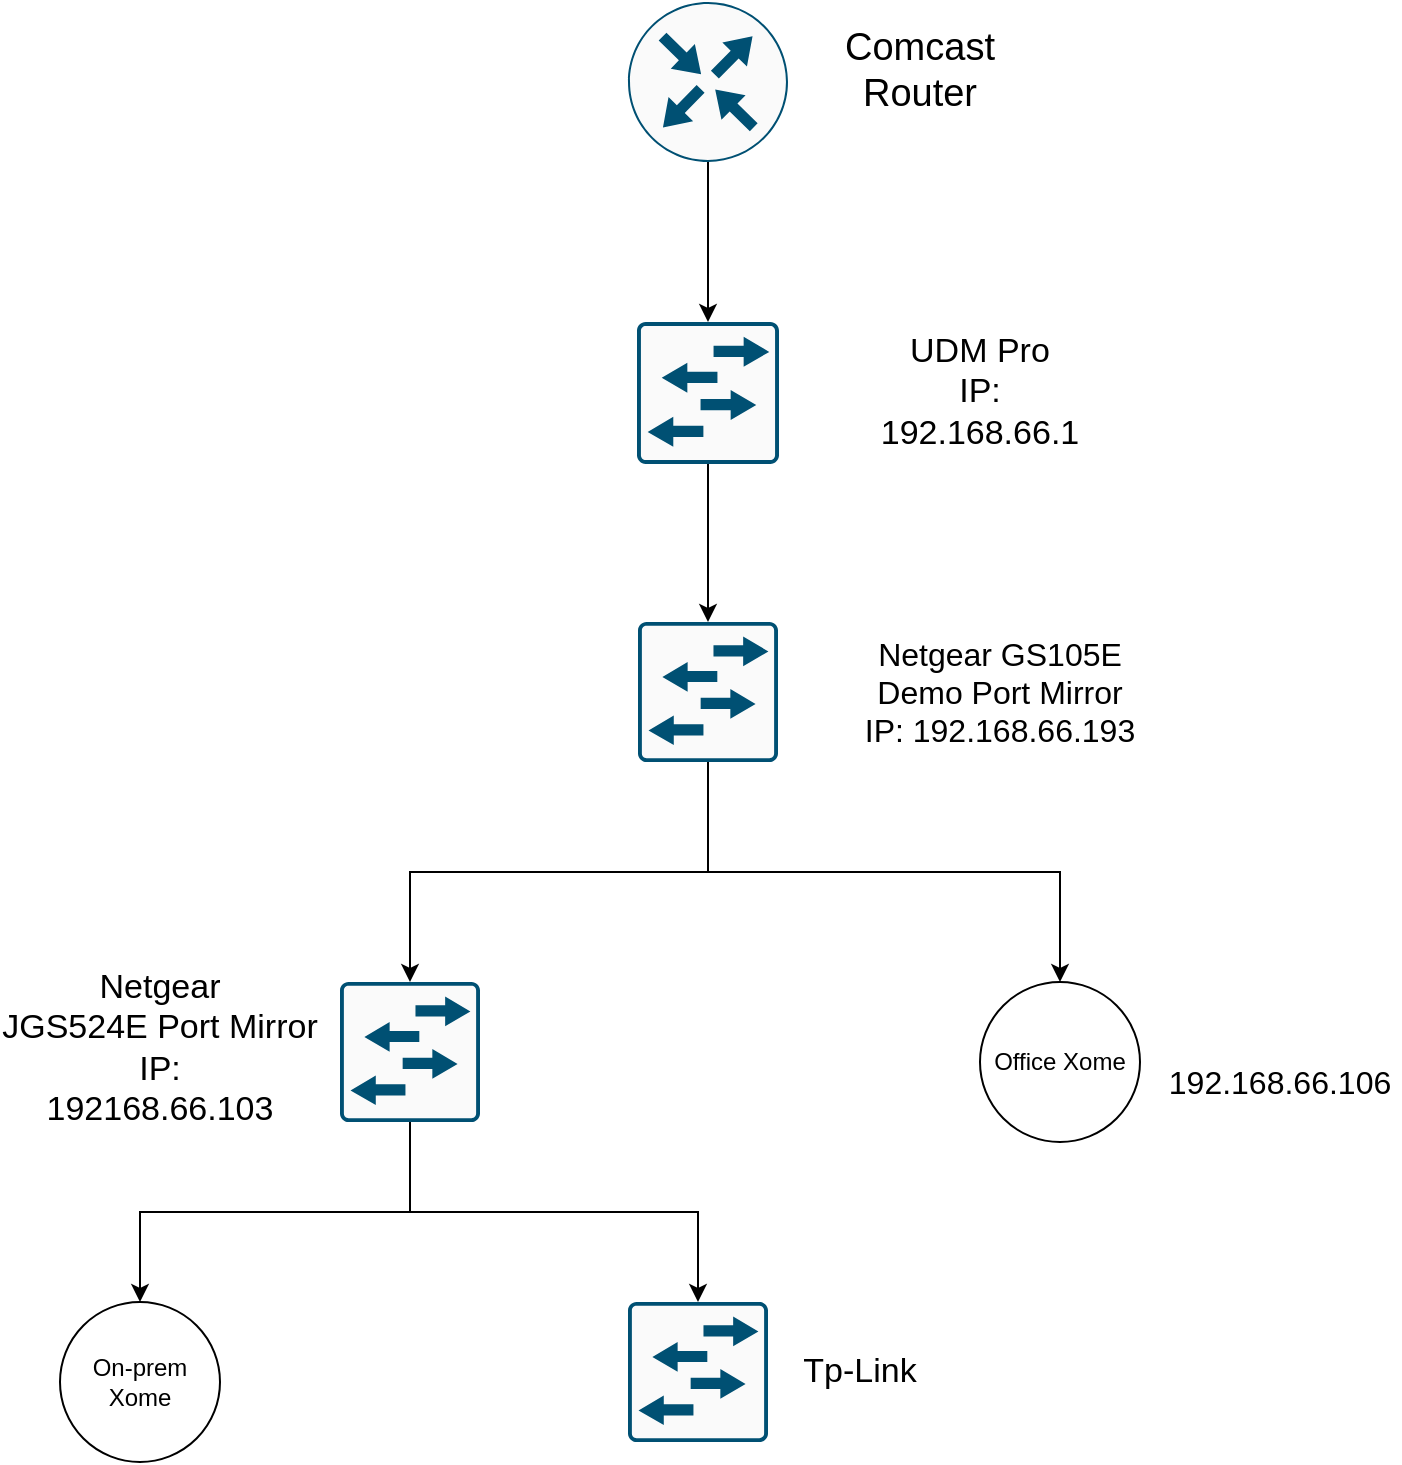
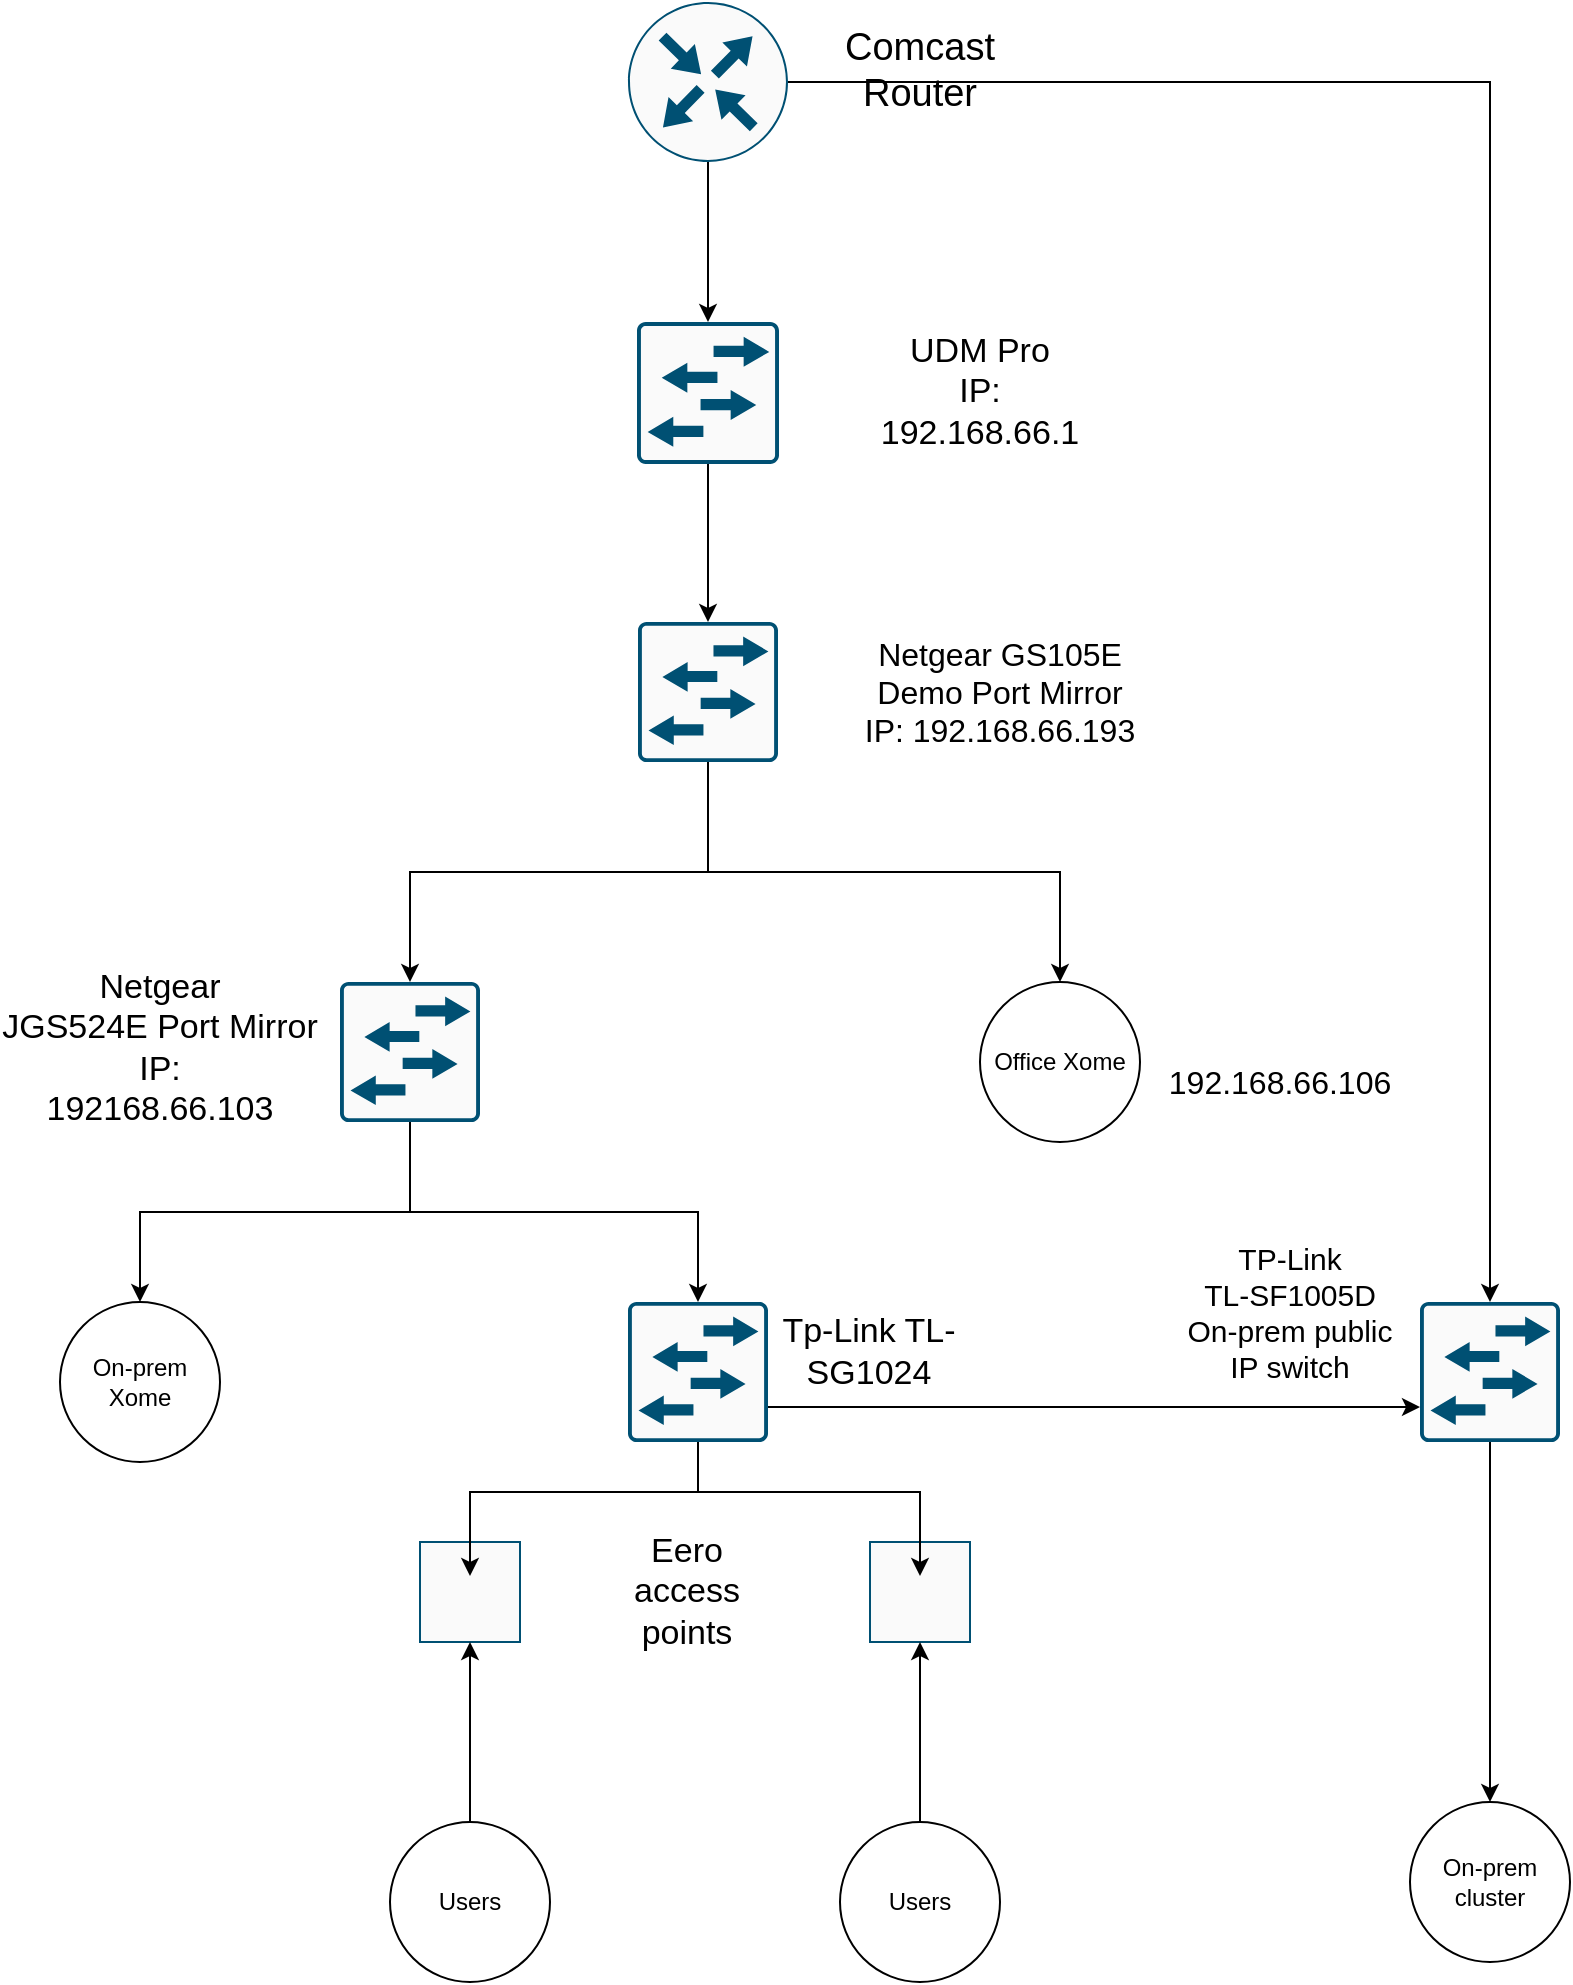
<mxfile host="app.diagrams.net" agent="Mozilla/5.0 (Windows NT 10.0; Win64; x64) AppleWebKit/537.36 (KHTML, like Gecko) Chrome/146.0.0.0 Safari/537.36" version="29.6.1">
  <diagram name="Page-1" id="R-Y7KBuCbYG2AV0lnIDv">
    <mxGraphModel dx="1426" dy="777" grid="1" gridSize="10" guides="1" tooltips="1" connect="1" arrows="1" fold="1" page="1" pageScale="1" pageWidth="850" pageHeight="1100" math="0" shadow="0">
      <root>
        <mxCell id="0" />
        <mxCell id="1" parent="0" />
        <mxCell id="pAvqiTL6ukbmrRwUFuv0-3" parent="1" style="text;html=1;whiteSpace=wrap;strokeColor=none;fillColor=none;align=center;verticalAlign=middle;rounded=0;" value="&lt;font style=&quot;font-size: 19px;&quot;&gt;Comcast Router&lt;/font&gt;" vertex="1">
          <mxGeometry height="30" width="60" x="480" y="59" as="geometry" />
        </mxCell>
        <mxCell id="pAvqiTL6ukbmrRwUFuv0-4" parent="1" style="sketch=0;points=[[0.015,0.015,0],[0.985,0.015,0],[0.985,0.985,0],[0.015,0.985,0],[0.25,0,0],[0.5,0,0],[0.75,0,0],[1,0.25,0],[1,0.5,0],[1,0.75,0],[0.75,1,0],[0.5,1,0],[0.25,1,0],[0,0.75,0],[0,0.5,0],[0,0.25,0]];verticalLabelPosition=bottom;html=1;verticalAlign=top;aspect=fixed;align=center;pointerEvents=1;shape=mxgraph.cisco19.rect;prIcon=l2_switch;fillColor=#FAFAFA;strokeColor=#005073;" value="" vertex="1">
          <mxGeometry height="71" width="71" x="368.5" y="200" as="geometry" />
        </mxCell>
        <mxCell id="pAvqiTL6ukbmrRwUFuv0-7" parent="1" style="sketch=0;points=[[0.5,0,0],[1,0.5,0],[0.5,1,0],[0,0.5,0],[0.145,0.145,0],[0.8555,0.145,0],[0.855,0.8555,0],[0.145,0.855,0]];verticalLabelPosition=bottom;html=1;verticalAlign=top;aspect=fixed;align=center;pointerEvents=1;shape=mxgraph.cisco19.rect;prIcon=router;fillColor=#FAFAFA;strokeColor=#005073;" value="" vertex="1">
          <mxGeometry height="80" width="80" x="364" y="40" as="geometry" />
        </mxCell>
        <mxCell id="pAvqiTL6ukbmrRwUFuv0-8" edge="1" parent="1" source="pAvqiTL6ukbmrRwUFuv0-7" style="edgeStyle=orthogonalEdgeStyle;rounded=0;orthogonalLoop=1;jettySize=auto;html=1;exitX=0.5;exitY=1;exitDx=0;exitDy=0;exitPerimeter=0;entryX=0.5;entryY=0;entryDx=0;entryDy=0;entryPerimeter=0;" target="pAvqiTL6ukbmrRwUFuv0-4">
          <mxGeometry relative="1" as="geometry" />
        </mxCell>
        <mxCell id="pAvqiTL6ukbmrRwUFuv0-9" parent="1" style="text;html=1;whiteSpace=wrap;strokeColor=none;fillColor=none;align=center;verticalAlign=middle;rounded=0;" value="&lt;font style=&quot;font-size: 17px;&quot;&gt;UDM Pro&lt;/font&gt;&lt;div&gt;&lt;font style=&quot;font-size: 17px;&quot;&gt;IP:&lt;/font&gt;&lt;/div&gt;&lt;div&gt;&lt;font style=&quot;font-size: 17px;&quot;&gt;192.168.66.1&lt;/font&gt;&lt;/div&gt;" vertex="1">
          <mxGeometry height="70" width="120" x="480" y="200" as="geometry" />
        </mxCell>
        <mxCell id="pAvqiTL6ukbmrRwUFuv0-14" edge="1" parent="1" source="pAvqiTL6ukbmrRwUFuv0-10" style="edgeStyle=orthogonalEdgeStyle;rounded=0;orthogonalLoop=1;jettySize=auto;html=1;exitX=0.5;exitY=1;exitDx=0;exitDy=0;exitPerimeter=0;entryX=0.5;entryY=0;entryDx=0;entryDy=0;" target="pAvqiTL6ukbmrRwUFuv0-13">
          <mxGeometry relative="1" as="geometry" />
        </mxCell>
        <mxCell id="pAvqiTL6ukbmrRwUFuv0-10" parent="1" style="sketch=0;points=[[0.015,0.015,0],[0.985,0.015,0],[0.985,0.985,0],[0.015,0.985,0],[0.25,0,0],[0.5,0,0],[0.75,0,0],[1,0.25,0],[1,0.5,0],[1,0.75,0],[0.75,1,0],[0.5,1,0],[0.25,1,0],[0,0.75,0],[0,0.5,0],[0,0.25,0]];verticalLabelPosition=bottom;html=1;verticalAlign=top;aspect=fixed;align=center;pointerEvents=1;shape=mxgraph.cisco19.rect;prIcon=l2_switch;fillColor=#FAFAFA;strokeColor=#005073;" value="" vertex="1">
          <mxGeometry height="70" width="70" x="369" y="350" as="geometry" />
        </mxCell>
        <mxCell id="pAvqiTL6ukbmrRwUFuv0-11" edge="1" parent="1" source="pAvqiTL6ukbmrRwUFuv0-4" style="edgeStyle=orthogonalEdgeStyle;rounded=0;orthogonalLoop=1;jettySize=auto;html=1;exitX=0.5;exitY=1;exitDx=0;exitDy=0;exitPerimeter=0;entryX=0.5;entryY=0;entryDx=0;entryDy=0;entryPerimeter=0;" target="pAvqiTL6ukbmrRwUFuv0-10">
          <mxGeometry relative="1" as="geometry" />
        </mxCell>
        <mxCell id="pAvqiTL6ukbmrRwUFuv0-12" parent="1" style="text;html=1;whiteSpace=wrap;strokeColor=none;fillColor=none;align=center;verticalAlign=middle;rounded=0;" value="&lt;font style=&quot;font-size: 16px;&quot;&gt;Netgear GS105E Demo Port Mirror&lt;/font&gt;&lt;div&gt;&lt;font style=&quot;font-size: 16px;&quot;&gt;IP: 192.168.66.193&lt;/font&gt;&lt;/div&gt;" vertex="1">
          <mxGeometry height="90" width="160" x="470" y="340" as="geometry" />
        </mxCell>
        <mxCell id="pAvqiTL6ukbmrRwUFuv0-13" parent="1" style="ellipse;whiteSpace=wrap;html=1;aspect=fixed;" value="Office Xome" vertex="1">
          <mxGeometry height="80" width="80" x="540" y="530" as="geometry" />
        </mxCell>
        <mxCell id="pAvqiTL6ukbmrRwUFuv0-21" edge="1" parent="1" source="pAvqiTL6ukbmrRwUFuv0-16" style="edgeStyle=orthogonalEdgeStyle;rounded=0;orthogonalLoop=1;jettySize=auto;html=1;exitX=0.5;exitY=1;exitDx=0;exitDy=0;exitPerimeter=0;entryX=0.5;entryY=0;entryDx=0;entryDy=0;" target="pAvqiTL6ukbmrRwUFuv0-20">
          <mxGeometry relative="1" as="geometry" />
        </mxCell>
        <mxCell id="pAvqiTL6ukbmrRwUFuv0-16" parent="1" style="sketch=0;points=[[0.015,0.015,0],[0.985,0.015,0],[0.985,0.985,0],[0.015,0.985,0],[0.25,0,0],[0.5,0,0],[0.75,0,0],[1,0.25,0],[1,0.5,0],[1,0.75,0],[0.75,1,0],[0.5,1,0],[0.25,1,0],[0,0.75,0],[0,0.5,0],[0,0.25,0]];verticalLabelPosition=bottom;html=1;verticalAlign=top;aspect=fixed;align=center;pointerEvents=1;shape=mxgraph.cisco19.rect;prIcon=l2_switch;fillColor=#FAFAFA;strokeColor=#005073;" value="" vertex="1">
          <mxGeometry height="70" width="70" x="220" y="530" as="geometry" />
        </mxCell>
        <mxCell id="pAvqiTL6ukbmrRwUFuv0-17" edge="1" parent="1" source="pAvqiTL6ukbmrRwUFuv0-10" style="edgeStyle=orthogonalEdgeStyle;rounded=0;orthogonalLoop=1;jettySize=auto;html=1;exitX=0.5;exitY=1;exitDx=0;exitDy=0;exitPerimeter=0;entryX=0.5;entryY=0;entryDx=0;entryDy=0;entryPerimeter=0;" target="pAvqiTL6ukbmrRwUFuv0-16">
          <mxGeometry relative="1" as="geometry" />
        </mxCell>
        <mxCell id="pAvqiTL6ukbmrRwUFuv0-18" parent="1" style="text;html=1;whiteSpace=wrap;strokeColor=none;fillColor=none;align=center;verticalAlign=middle;rounded=0;" value="&lt;font style=&quot;font-size: 17px;&quot;&gt;Netgear&lt;/font&gt;&lt;div&gt;&lt;font style=&quot;font-size: 17px;&quot;&gt;JGS524E Port Mirror IP:&lt;/font&gt;&lt;/div&gt;&lt;div&gt;&lt;font style=&quot;font-size: 17px;&quot;&gt;192168.66.103&lt;/font&gt;&lt;/div&gt;" vertex="1">
          <mxGeometry height="95" width="160" x="50" y="515" as="geometry" />
        </mxCell>
        <mxCell id="pAvqiTL6ukbmrRwUFuv0-19" parent="1" style="text;html=1;whiteSpace=wrap;strokeColor=none;fillColor=none;align=center;verticalAlign=middle;rounded=0;" value="&lt;font style=&quot;font-size: 16px;&quot;&gt;192.168.66.106&lt;/font&gt;" vertex="1">
          <mxGeometry height="40" width="120" x="630" y="560" as="geometry" />
        </mxCell>
        <mxCell id="pAvqiTL6ukbmrRwUFuv0-20" parent="1" style="ellipse;whiteSpace=wrap;html=1;aspect=fixed;" value="On-prem Xome" vertex="1">
          <mxGeometry height="80" width="80" x="80" y="690" as="geometry" />
        </mxCell>
        <mxCell id="pAvqiTL6ukbmrRwUFuv0-22" parent="1" style="sketch=0;points=[[0.015,0.015,0],[0.985,0.015,0],[0.985,0.985,0],[0.015,0.985,0],[0.25,0,0],[0.5,0,0],[0.75,0,0],[1,0.25,0],[1,0.5,0],[1,0.75,0],[0.75,1,0],[0.5,1,0],[0.25,1,0],[0,0.75,0],[0,0.5,0],[0,0.25,0]];verticalLabelPosition=bottom;html=1;verticalAlign=top;aspect=fixed;align=center;pointerEvents=1;shape=mxgraph.cisco19.rect;prIcon=l2_switch;fillColor=#FAFAFA;strokeColor=#005073;" value="" vertex="1">
          <mxGeometry height="70" width="70" x="364" y="690" as="geometry" />
        </mxCell>
-         <mxCell id="pAvqiTL6ukbmrRwUFuv0-23" parent="1" style="text;html=1;whiteSpace=wrap;strokeColor=none;fillColor=none;align=center;verticalAlign=middle;rounded=0;" value="&lt;font style=&quot;font-size: 17px;&quot;&gt;Tp-Link&lt;/font&gt;" vertex="1">
-           <mxGeometry height="30" width="60" x="450" y="710" as="geometry" />
+         <mxCell id="pAvqiTL6ukbmrRwUFuv0-23" parent="1" style="text;html=1;whiteSpace=wrap;strokeColor=none;fillColor=none;align=center;verticalAlign=middle;rounded=0;" value="&lt;font style=&quot;font-size: 17px;&quot;&gt;Tp-Link TL-SG1024&lt;/font&gt;" vertex="1">
+           <mxGeometry height="30" width="90.5" x="439" y="700" as="geometry" />
        </mxCell>
        <mxCell id="pAvqiTL6ukbmrRwUFuv0-24" edge="1" parent="1" source="pAvqiTL6ukbmrRwUFuv0-16" style="edgeStyle=orthogonalEdgeStyle;rounded=0;orthogonalLoop=1;jettySize=auto;html=1;exitX=0.5;exitY=1;exitDx=0;exitDy=0;exitPerimeter=0;entryX=0.5;entryY=0;entryDx=0;entryDy=0;entryPerimeter=0;" target="pAvqiTL6ukbmrRwUFuv0-22">
          <mxGeometry relative="1" as="geometry" />
+         </mxCell>
+         <mxCell id="pAvqiTL6ukbmrRwUFuv0-25" parent="1" style="points=[[0.03,0.36,0],[0.18,0,0],[0.5,0.34,0],[0.82,0,0],[0.97,0.36,0],[1,0.67,0],[0.975,0.975,0],[0.5,1,0],[0.025,0.975,0],[0,0.67,0]];verticalLabelPosition=bottom;sketch=0;html=1;verticalAlign=top;aspect=fixed;align=center;pointerEvents=1;shape=mxgraph.cisco19.wireless_access_point2;fillColor=#fafafa;strokeColor=#005073;" value="" vertex="1">
+           <mxGeometry height="50" width="50" x="260" y="810" as="geometry" />
+         </mxCell>
+         <mxCell id="pAvqiTL6ukbmrRwUFuv0-26" parent="1" style="points=[[0.03,0.36,0],[0.18,0,0],[0.5,0.34,0],[0.82,0,0],[0.97,0.36,0],[1,0.67,0],[0.975,0.975,0],[0.5,1,0],[0.025,0.975,0],[0,0.67,0]];verticalLabelPosition=bottom;sketch=0;html=1;verticalAlign=top;aspect=fixed;align=center;pointerEvents=1;shape=mxgraph.cisco19.wireless_access_point2;fillColor=#fafafa;strokeColor=#005073;" value="" vertex="1">
+           <mxGeometry height="50" width="50" x="485" y="810" as="geometry" />
+         </mxCell>
+         <mxCell id="pAvqiTL6ukbmrRwUFuv0-27" edge="1" parent="1" source="pAvqiTL6ukbmrRwUFuv0-22" style="edgeStyle=orthogonalEdgeStyle;rounded=0;orthogonalLoop=1;jettySize=auto;html=1;exitX=0.5;exitY=1;exitDx=0;exitDy=0;exitPerimeter=0;entryX=0.5;entryY=0.34;entryDx=0;entryDy=0;entryPerimeter=0;" target="pAvqiTL6ukbmrRwUFuv0-25">
+           <mxGeometry relative="1" as="geometry" />
+         </mxCell>
+         <mxCell id="pAvqiTL6ukbmrRwUFuv0-28" edge="1" parent="1" source="pAvqiTL6ukbmrRwUFuv0-22" style="edgeStyle=orthogonalEdgeStyle;rounded=0;orthogonalLoop=1;jettySize=auto;html=1;exitX=0.5;exitY=1;exitDx=0;exitDy=0;exitPerimeter=0;entryX=0.5;entryY=0.34;entryDx=0;entryDy=0;entryPerimeter=0;" target="pAvqiTL6ukbmrRwUFuv0-26">
+           <mxGeometry relative="1" as="geometry" />
+         </mxCell>
+         <mxCell id="pAvqiTL6ukbmrRwUFuv0-29" parent="1" style="text;html=1;whiteSpace=wrap;strokeColor=none;fillColor=none;align=center;verticalAlign=middle;rounded=0;" value="&lt;font style=&quot;font-size: 17px;&quot;&gt;Eero access points&lt;/font&gt;" vertex="1">
+           <mxGeometry height="50" width="81" x="353" y="810" as="geometry" />
+         </mxCell>
+         <mxCell id="pAvqiTL6ukbmrRwUFuv0-30" parent="1" style="ellipse;whiteSpace=wrap;html=1;aspect=fixed;" value="Users" vertex="1">
+           <mxGeometry height="80" width="80" x="245" y="950" as="geometry" />
+         </mxCell>
+         <mxCell id="pAvqiTL6ukbmrRwUFuv0-31" parent="1" style="ellipse;whiteSpace=wrap;html=1;aspect=fixed;" value="Users" vertex="1">
+           <mxGeometry height="80" width="80" x="470" y="950" as="geometry" />
+         </mxCell>
+         <mxCell id="pAvqiTL6ukbmrRwUFuv0-32" edge="1" parent="1" source="pAvqiTL6ukbmrRwUFuv0-30" style="edgeStyle=orthogonalEdgeStyle;rounded=0;orthogonalLoop=1;jettySize=auto;html=1;exitX=0.5;exitY=0;exitDx=0;exitDy=0;entryX=0.5;entryY=1;entryDx=0;entryDy=0;entryPerimeter=0;" target="pAvqiTL6ukbmrRwUFuv0-25">
+           <mxGeometry relative="1" as="geometry" />
+         </mxCell>
+         <mxCell id="pAvqiTL6ukbmrRwUFuv0-33" edge="1" parent="1" source="pAvqiTL6ukbmrRwUFuv0-31" style="edgeStyle=orthogonalEdgeStyle;rounded=0;orthogonalLoop=1;jettySize=auto;html=1;exitX=0.5;exitY=0;exitDx=0;exitDy=0;entryX=0.5;entryY=1;entryDx=0;entryDy=0;entryPerimeter=0;" target="pAvqiTL6ukbmrRwUFuv0-26">
+           <mxGeometry relative="1" as="geometry" />
+         </mxCell>
+         <mxCell id="pAvqiTL6ukbmrRwUFuv0-39" edge="1" parent="1" source="pAvqiTL6ukbmrRwUFuv0-34" style="edgeStyle=orthogonalEdgeStyle;rounded=0;orthogonalLoop=1;jettySize=auto;html=1;exitX=0.5;exitY=1;exitDx=0;exitDy=0;exitPerimeter=0;entryX=0.5;entryY=0;entryDx=0;entryDy=0;" target="pAvqiTL6ukbmrRwUFuv0-38">
+           <mxGeometry relative="1" as="geometry" />
+         </mxCell>
+         <mxCell id="pAvqiTL6ukbmrRwUFuv0-34" parent="1" style="sketch=0;points=[[0.015,0.015,0],[0.985,0.015,0],[0.985,0.985,0],[0.015,0.985,0],[0.25,0,0],[0.5,0,0],[0.75,0,0],[1,0.25,0],[1,0.5,0],[1,0.75,0],[0.75,1,0],[0.5,1,0],[0.25,1,0],[0,0.75,0],[0,0.5,0],[0,0.25,0]];verticalLabelPosition=bottom;html=1;verticalAlign=top;aspect=fixed;align=center;pointerEvents=1;shape=mxgraph.cisco19.rect;prIcon=l2_switch;fillColor=#FAFAFA;strokeColor=#005073;" value="" vertex="1">
+           <mxGeometry height="70" width="70" x="760" y="690" as="geometry" />
+         </mxCell>
+         <mxCell id="pAvqiTL6ukbmrRwUFuv0-35" edge="1" parent="1" source="pAvqiTL6ukbmrRwUFuv0-7" style="edgeStyle=orthogonalEdgeStyle;rounded=0;orthogonalLoop=1;jettySize=auto;html=1;exitX=1;exitY=0.5;exitDx=0;exitDy=0;exitPerimeter=0;entryX=0.5;entryY=0;entryDx=0;entryDy=0;entryPerimeter=0;" target="pAvqiTL6ukbmrRwUFuv0-34">
+           <mxGeometry relative="1" as="geometry" />
+         </mxCell>
+         <mxCell id="pAvqiTL6ukbmrRwUFuv0-36" edge="1" parent="1" source="pAvqiTL6ukbmrRwUFuv0-22" style="edgeStyle=orthogonalEdgeStyle;rounded=0;orthogonalLoop=1;jettySize=auto;html=1;exitX=1;exitY=0.75;exitDx=0;exitDy=0;exitPerimeter=0;entryX=0;entryY=0.75;entryDx=0;entryDy=0;entryPerimeter=0;" target="pAvqiTL6ukbmrRwUFuv0-34">
+           <mxGeometry relative="1" as="geometry" />
+         </mxCell>
+         <mxCell id="pAvqiTL6ukbmrRwUFuv0-37" parent="1" style="text;html=1;whiteSpace=wrap;strokeColor=none;fillColor=none;align=center;verticalAlign=middle;rounded=0;" value="&lt;div&gt;&lt;font style=&quot;font-size: 15px;&quot;&gt;TP-Link&lt;/font&gt;&lt;/div&gt;&lt;font style=&quot;font-size: 15px;&quot;&gt;TL-SF1005D&lt;/font&gt;&lt;div&gt;&lt;span style=&quot;font-size: 15px;&quot;&gt;On-prem public IP switch&lt;/span&gt;&lt;/div&gt;" vertex="1">
+           <mxGeometry height="30" width="110" x="640" y="680" as="geometry" />
+         </mxCell>
+         <mxCell id="pAvqiTL6ukbmrRwUFuv0-38" parent="1" style="ellipse;whiteSpace=wrap;html=1;aspect=fixed;" value="On-prem cluster" vertex="1">
+           <mxGeometry height="80" width="80" x="755" y="940" as="geometry" />
        </mxCell>
      </root>
    </mxGraphModel>
  </diagram>
</mxfile>
